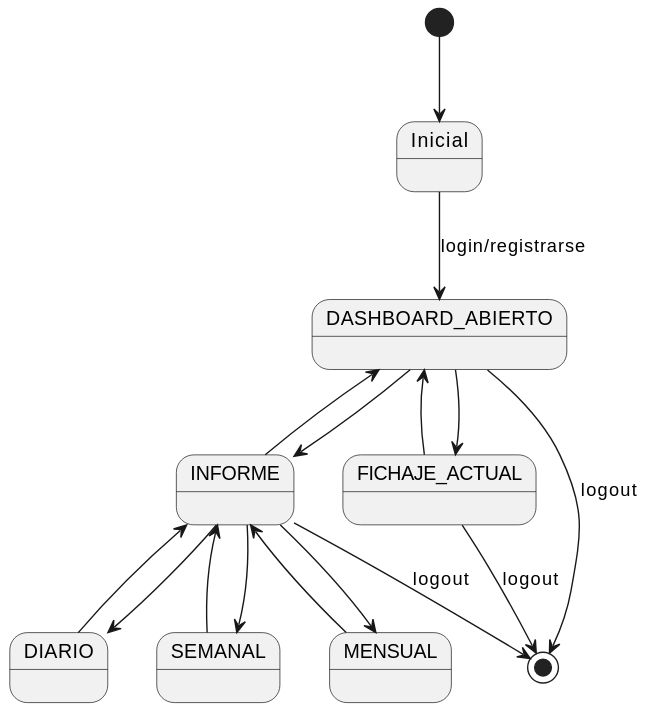
Above: imagenes/casosDeUso/diagramaContexto.svg in mmasias/23-24-IdSw1-SDR (PlantUML), before the change.
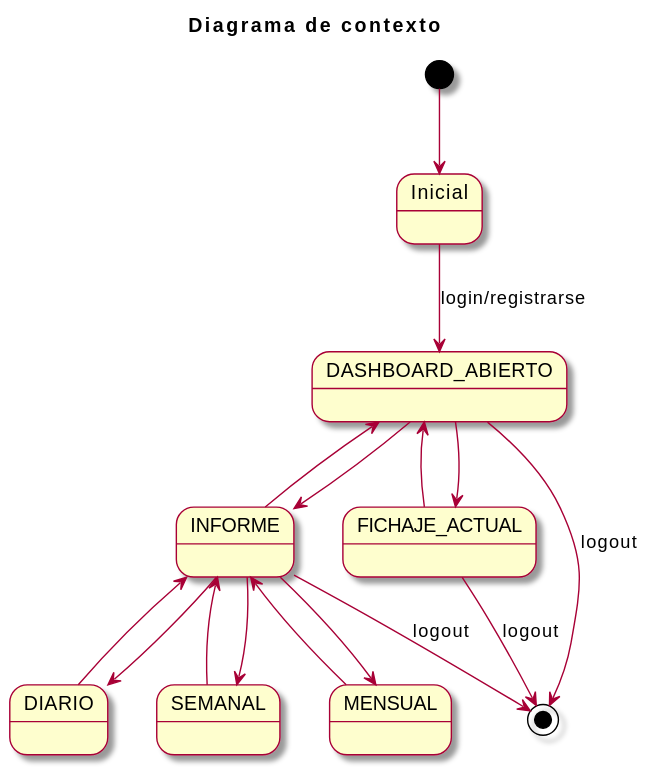
After the commit.

Commit message:
Modificacion caso de uso Diagrama de Contexto

The edit, as a diff of the source:
```diff
@@ -1,4 +1,7 @@
 @startuml
+skin rose
+title Diagrama de contexto
+
 [*] -->  Inicial
 
 Inicial -d-> DASHBOARD_ABIERTO : login/registrarse
```
